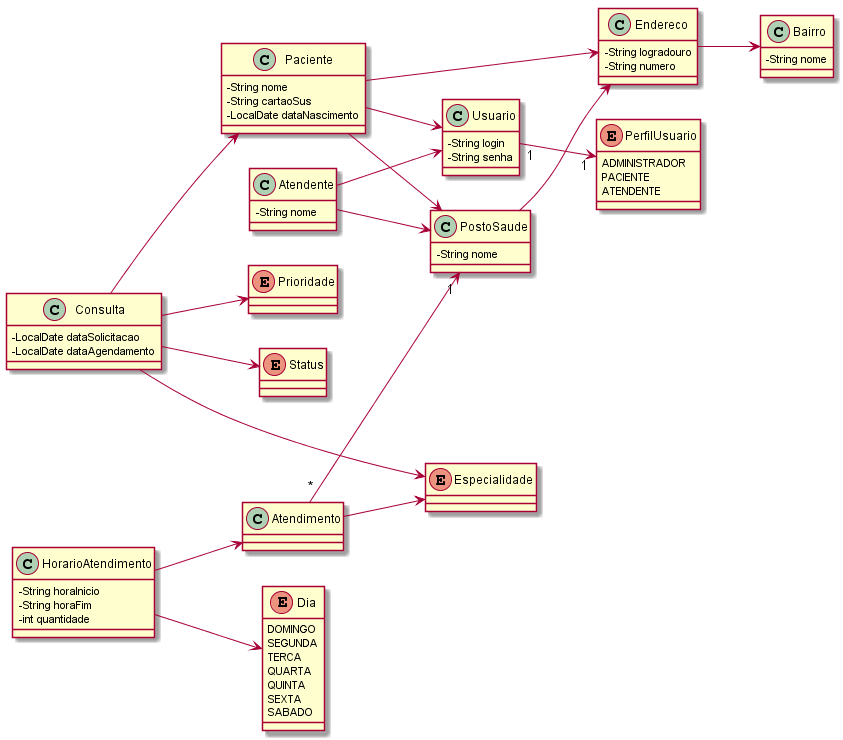
Above: docs/uml/saudegaranhuns-classes.png in ifpe-cti/saudegaranhuns (PlantUML), before the change.
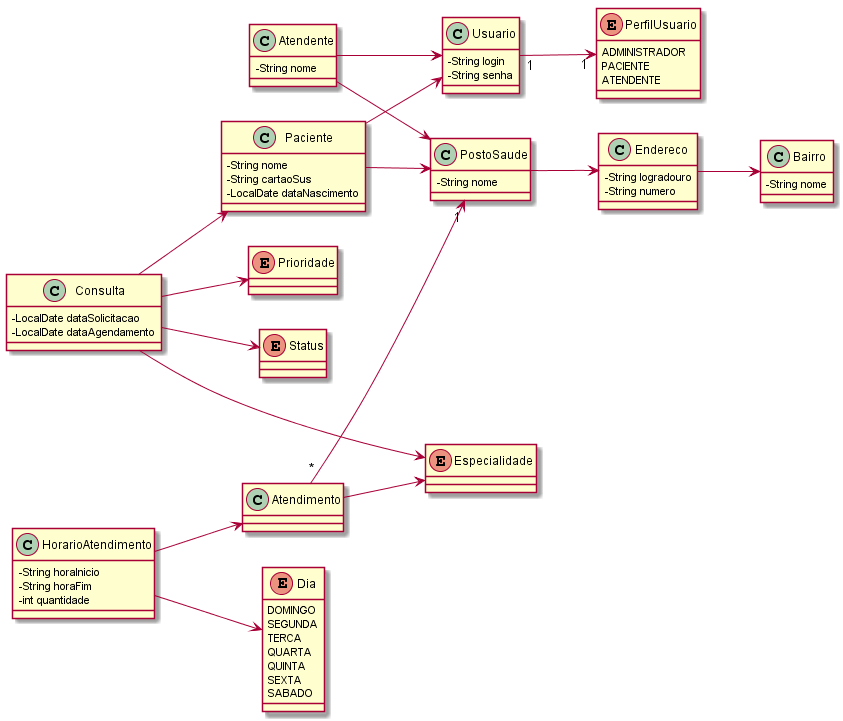
Later version of the same file.

Commit message:
Atualização do diagrama de classes

Diff of the diagram source:
```diff
@@ -76,7 +76,6 @@
 Consulta --> Paciente
 
 Paciente --> PostoSaude
-Paciente --> Endereco
 Paciente --> Usuario
 
 
```
